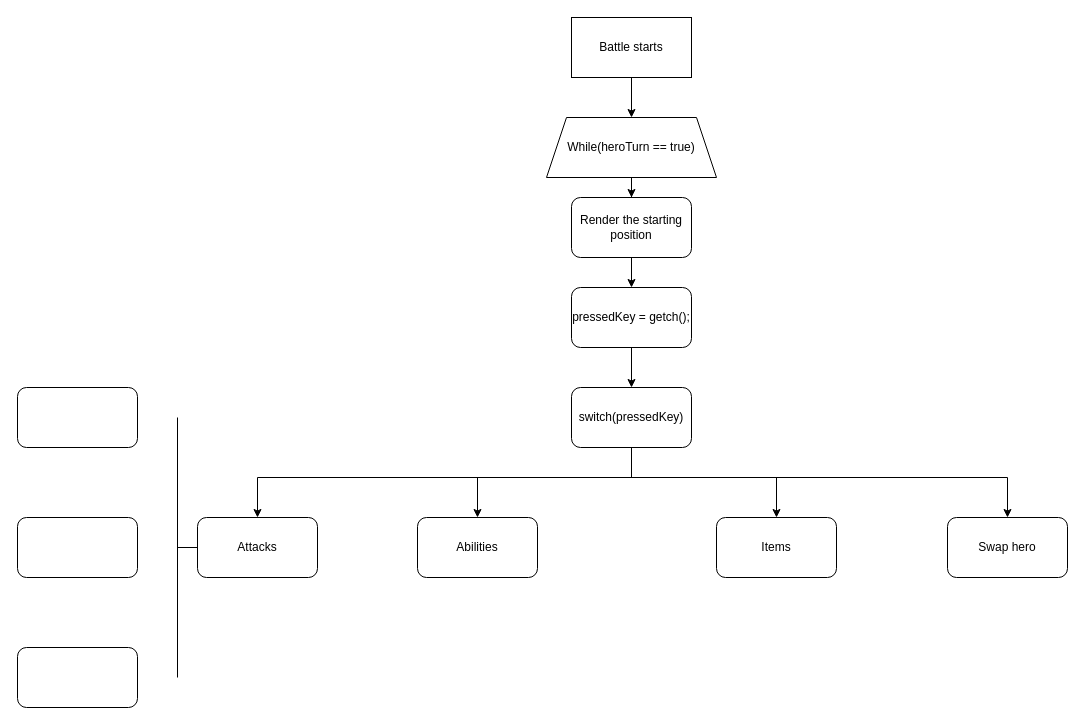
The draw.io diagram Battle and enemy brain.drawio in MrZahourek/Cyberescape, before the edit. Source tidied: cells renumbered, new cells numbered last; positions are measured from the earlier drawing's top-left corner, leaving out a move shared by most shapes. Both pictures are drawn from the tidied source at 100%, with x=0, y=0 at pixel (17, 17).
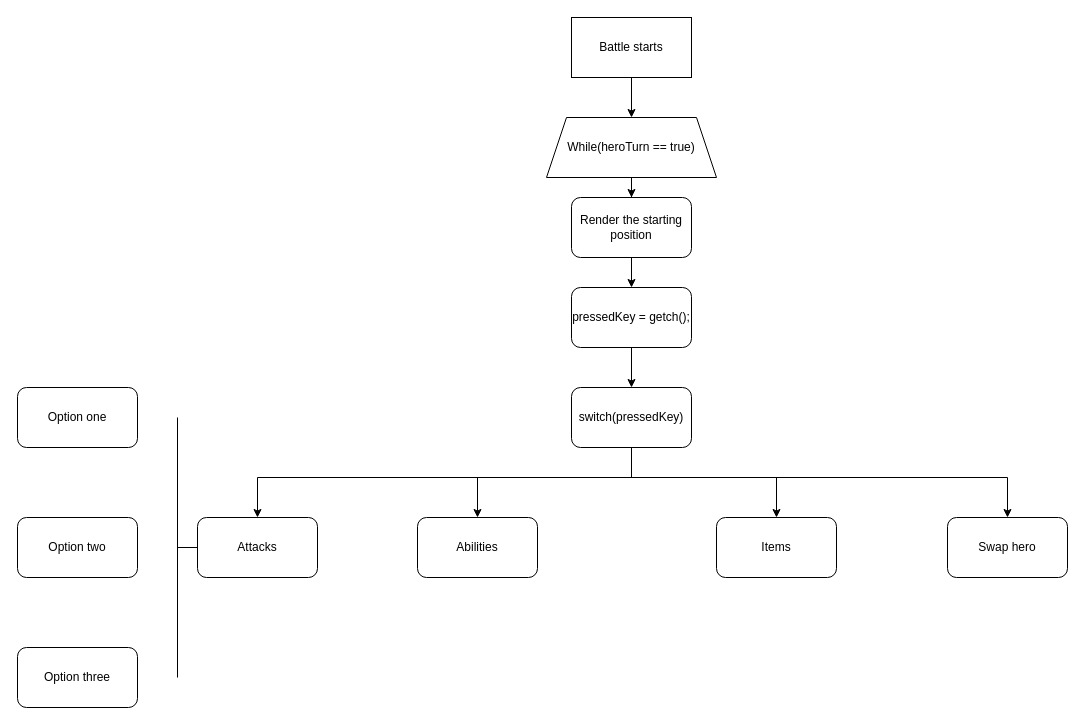
Above is the later version.

Diff of the diagram source:
```diff
@@
-    <mxCell id="21" style="rounded=1;whiteSpace=wrap;html=1;" parent="1" vertex="1">
+    <mxCell id="21" value="Option one" style="rounded=1;whiteSpace=wrap;html=1;" parent="1" vertex="1">
       <mxGeometry y="370" width="120" height="60" as="geometry" />
     </mxCell>
-    <mxCell id="22" style="rounded=1;whiteSpace=wrap;html=1;" parent="1" vertex="1">
+    <mxCell id="22" value="Option two" style="rounded=1;whiteSpace=wrap;html=1;" parent="1" vertex="1">
       <mxGeometry y="500" width="120" height="60" as="geometry" />
     </mxCell>
-    <mxCell id="23" style="rounded=1;whiteSpace=wrap;html=1;" parent="1" vertex="1">
+    <mxCell id="23" value="Option three" style="rounded=1;whiteSpace=wrap;html=1;" parent="1" vertex="1">
       <mxGeometry y="630" width="120" height="60" as="geometry" />
     </mxCell>
```
